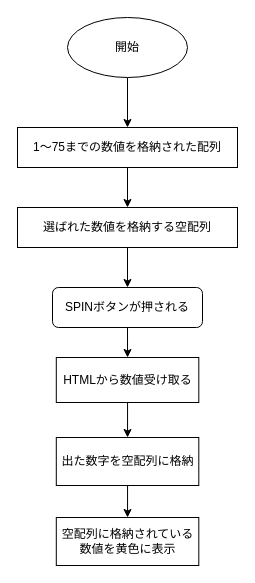
This is gw-bingo.dio from froide-kk/2022_training_GW, a draw.io file, before an edit. Source tidied: cells renumbered, new cells numbered last; positions are measured from the earlier drawing's top-left corner, leaving out a move shared by most shapes. Both pictures are drawn from the tidied source at 100%, with x=0, y=0 at pixel (17, 17).
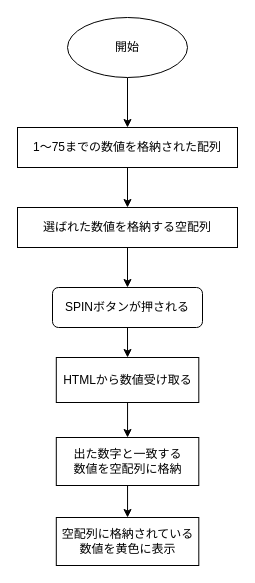
Above is the later version.

Commit message (it also covers changes not shown here):
update：配列からランダムに数値を選ぶ

Diff of the diagram source:
```diff
@@
 <mxGraphModel>
   <root>
     <mxCell id="0" />
     <mxCell id="1" parent="0" />
     <mxCell id="2" style="edgeStyle=none;html=1;exitX=0.5;exitY=1;exitDx=0;exitDy=0;entryX=0.5;entryY=0;entryDx=0;entryDy=0;" parent="1" edge="1" source="3" target="7">
       <mxGeometry relative="1" as="geometry" />
     </mxCell>
     <mxCell id="3" value="1〜75までの数値を格納された配列" style="rounded=0;whiteSpace=wrap;html=1;" parent="1" vertex="1">
       <mxGeometry y="110" width="220" height="40" as="geometry" />
     </mxCell>
     <mxCell id="4" style="edgeStyle=none;html=1;exitX=0.5;exitY=1;exitDx=0;exitDy=0;entryX=0.5;entryY=0;entryDx=0;entryDy=0;" parent="1" edge="1" source="5" target="3">
       <mxGeometry relative="1" as="geometry" />
     </mxCell>
     <mxCell id="5" value="開始" style="ellipse;whiteSpace=wrap;html=1;" parent="1" vertex="1">
       <mxGeometry x="50" width="120" height="60" as="geometry" />
     </mxCell>
     <mxCell id="6" style="edgeStyle=none;html=1;exitX=0.5;exitY=1;exitDx=0;exitDy=0;entryX=0.5;entryY=0;entryDx=0;entryDy=0;" parent="1" edge="1" source="7" target="11">
       <mxGeometry relative="1" as="geometry" />
     </mxCell>
     <mxCell id="7" value="選ばれた数値を格納する空配列" style="rounded=0;whiteSpace=wrap;html=1;" parent="1" vertex="1">
       <mxGeometry y="190" width="220" height="40" as="geometry" />
     </mxCell>
     <mxCell id="8" style="edgeStyle=none;html=1;exitX=0.5;exitY=1;exitDx=0;exitDy=0;entryX=0.5;entryY=0;entryDx=0;entryDy=0;" parent="1" edge="1" source="9" target="13">
       <mxGeometry relative="1" as="geometry" />
     </mxCell>
     <mxCell id="9" value="HTMLから数値受け取る" style="rounded=0;whiteSpace=wrap;html=1;" parent="1" vertex="1">
       <mxGeometry x="38.8" y="340" width="142.5" height="45" as="geometry" />
     </mxCell>
     <mxCell id="10" style="edgeStyle=none;html=1;exitX=0.5;exitY=1;exitDx=0;exitDy=0;entryX=0.5;entryY=0;entryDx=0;entryDy=0;" parent="1" edge="1" source="11" target="9">
       <mxGeometry relative="1" as="geometry" />
     </mxCell>
     <mxCell id="11" value="SPINボタンが押される" style="rounded=1;whiteSpace=wrap;html=1;" parent="1" vertex="1">
       <mxGeometry x="35" y="270" width="150" height="40" as="geometry" />
     </mxCell>
     <mxCell id="12" style="edgeStyle=none;html=1;exitX=0.5;exitY=1;exitDx=0;exitDy=0;entryX=0.5;entryY=0;entryDx=0;entryDy=0;" parent="1" edge="1" source="13" target="14">
       <mxGeometry relative="1" as="geometry" />
     </mxCell>
-    <mxCell id="13" value="出た数字を空配列に格納" style="rounded=0;whiteSpace=wrap;html=1;" parent="1" vertex="1">
+    <mxCell id="13" value="出た数字と一致する&lt;br&gt;数値を空配列に格納" style="rounded=0;whiteSpace=wrap;html=1;" parent="1" vertex="1">
       <mxGeometry x="38.8" y="420" width="142.5" height="48" as="geometry" />
     </mxCell>
     <mxCell id="14" value="空配列に格納されている数値を黄色に表示" style="rounded=0;whiteSpace=wrap;html=1;" parent="1" vertex="1">
       <mxGeometry x="38.8" y="500" width="142.5" height="48" as="geometry" />
     </mxCell>
   </root>
 </mxGraphModel>
```
